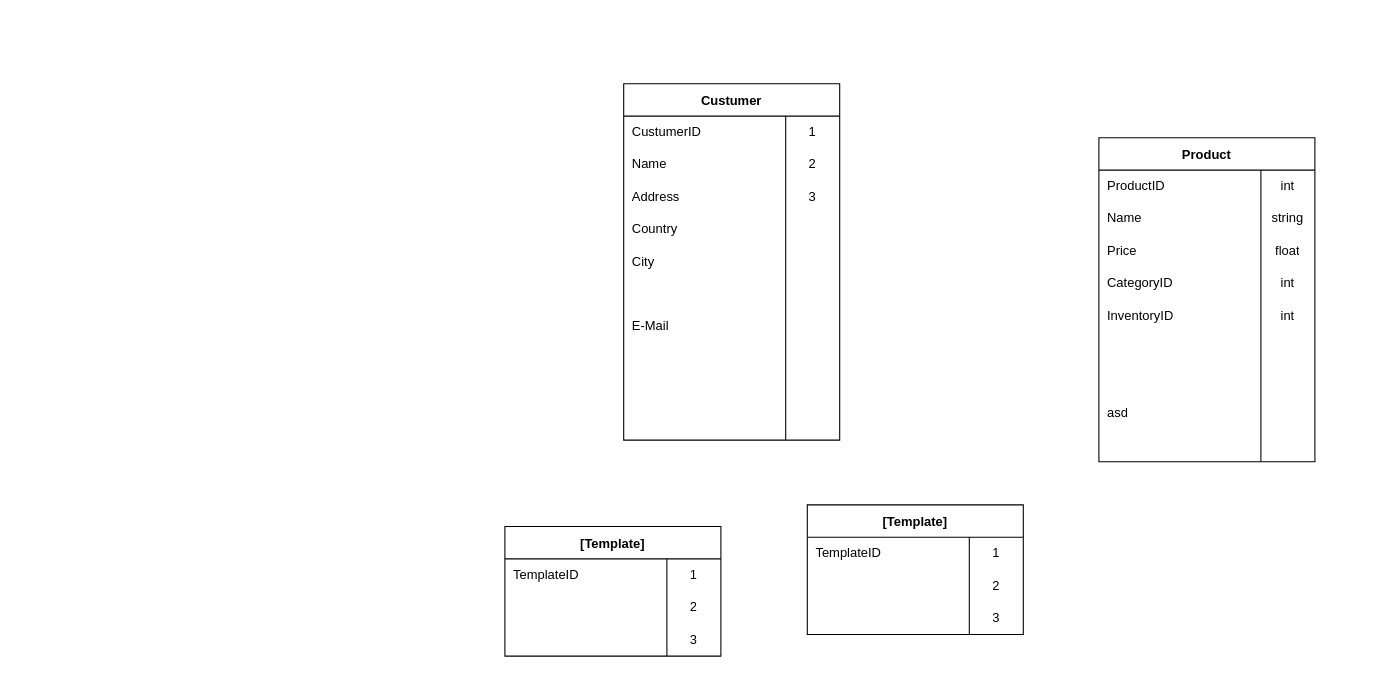
Before: Database-Flowchart/Untitled Diagram.drawio in IvanVelychko/Database-Coderclass-Webwinkel, a draw.io diagram. Source tidied: cells renumbered, new cells numbered last; positions are measured from the earlier drawing's top-left corner, leaving out a move shared by most shapes. Both pictures are drawn from the tidied source at 108%, with x=0, y=0 at pixel (504, 83).
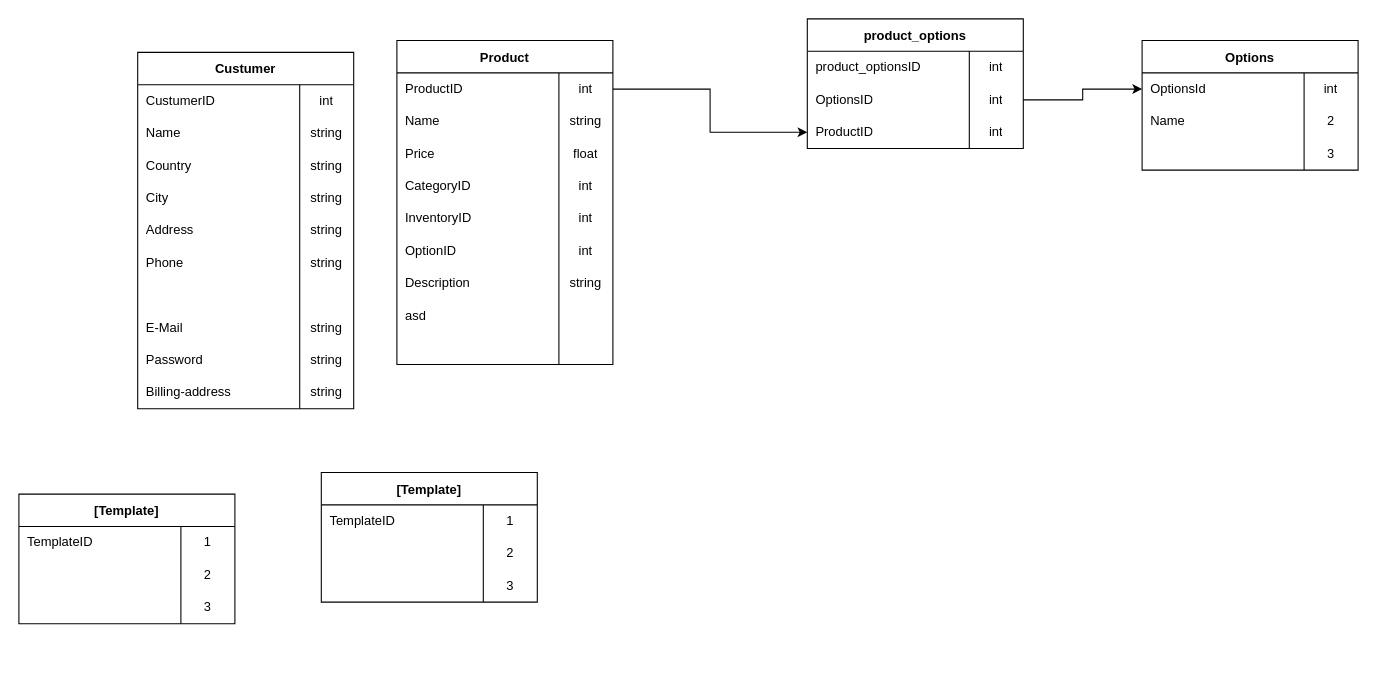
The same diagram, later.

Unchanged cells that the change refers to:
```xml
<mxCell id="3" style="shape=tableRow;horizontal=0;startSize=0;swimlaneHead=0;swimlaneBody=0;top=0;left=0;bottom=0;right=0;fillColor=none;points=[[0,0.5],[1,0.5]];portConstraint=eastwest;" parent="2" vertex="1">
  <mxGeometry y="30" width="200" height="30" as="geometry" />
</mxCell>
<mxCell id="18" style="shape=tableRow;horizontal=0;startSize=0;swimlaneHead=0;swimlaneBody=0;top=0;left=0;bottom=0;right=0;fillColor=none;" parent="2" vertex="1">
  <mxGeometry y="180" width="200" height="30" as="geometry" />
</mxCell>
<mxCell id="21" style="shape=tableRow;horizontal=0;startSize=0;swimlaneHead=0;swimlaneBody=0;top=0;left=0;bottom=0;right=0;fillColor=none;" parent="2" vertex="1">
  <mxGeometry y="210" width="200" height="30" as="geometry" />
</mxCell>
<mxCell id="41" style="shape=tableRow;horizontal=0;startSize=0;swimlaneHead=0;swimlaneBody=0;top=0;left=0;bottom=0;right=0;fillColor=none;" parent="40" vertex="1">
  <mxGeometry y="30" width="200" height="30" as="geometry" />
</mxCell>
<mxCell id="44" style="shape=tableRow;horizontal=0;startSize=0;swimlaneHead=0;swimlaneBody=0;top=0;left=0;bottom=0;right=0;fillColor=none;" parent="40" vertex="1">
  <mxGeometry y="60" width="200" height="30" as="geometry" />
</mxCell>
<mxCell id="56" style="shape=tableRow;horizontal=0;startSize=0;swimlaneHead=0;swimlaneBody=0;top=0;left=0;bottom=0;right=0;fillColor=none;" parent="40" vertex="1">
  <mxGeometry y="180" width="200" height="30" as="geometry" />
</mxCell>
```

Diff of the diagram source:
```diff
@@
     <mxCell id="2" value="Product" style="shape=table;startSize=30;childLayout=tableLayout;rowLines=0;fontStyle=1;swimlaneLine=1;columnLines=1;flipH=0;direction=east ;right=1;rounded=0;" parent="1" vertex="1">
-      <mxGeometry x="550" y="50" width="200" height="300" as="geometry" />
+      <mxGeometry x="-100" y="-40" width="200" height="300" as="geometry" />
     </mxCell>
@@
-    <mxCell id="19" style="shape=partialRectangle;html=1;whiteSpace=wrap;fillColor=none;top=0;left=0;bottom=0;right=0;overflow=hidden;align=left;spacingLeft=6;" parent="18" vertex="1">
+    <mxCell id="19" value="OptionID" style="shape=partialRectangle;html=1;whiteSpace=wrap;fillColor=none;top=0;left=0;bottom=0;right=0;overflow=hidden;align=left;spacingLeft=6;" parent="18" vertex="1">
       <mxGeometry width="150" height="30" as="geometry" />
     </mxCell>
-    <mxCell id="20" style="shape=partialRectangle;html=1;whiteSpace=wrap;fillColor=none;top=0;left=0;bottom=0;right=0;overflow=hidden;" parent="18" vertex="1">
+    <mxCell id="20" value="int" style="shape=partialRectangle;html=1;whiteSpace=wrap;fillColor=none;top=0;left=0;bottom=0;right=0;overflow=hidden;" parent="18" vertex="1">
       <mxGeometry x="150" width="50" height="30" as="geometry" />
     </mxCell>
@@
-    <mxCell id="22" style="shape=partialRectangle;html=1;whiteSpace=wrap;fillColor=none;top=0;left=0;bottom=0;right=0;overflow=hidden;align=left;spacingLeft=6;" parent="21" vertex="1">
+    <mxCell id="22" value="Description" style="shape=partialRectangle;html=1;whiteSpace=wrap;fillColor=none;top=0;left=0;bottom=0;right=0;overflow=hidden;align=left;spacingLeft=6;" parent="21" vertex="1">
       <mxGeometry width="150" height="30" as="geometry" />
     </mxCell>
-    <mxCell id="23" style="shape=partialRectangle;html=1;whiteSpace=wrap;fillColor=none;top=0;left=0;bottom=0;right=0;overflow=hidden;" parent="21" vertex="1">
+    <mxCell id="23" value="string" style="shape=partialRectangle;html=1;whiteSpace=wrap;fillColor=none;top=0;left=0;bottom=0;right=0;overflow=hidden;" parent="21" vertex="1">
       <mxGeometry x="150" width="50" height="30" as="geometry" />
     </mxCell>
@@
     <mxCell id="30" value="[Template]" style="shape=table;startSize=30;childLayout=tableLayout;rowLines=0;fontStyle=1;swimlaneLine=1;columnLines=1;flipH=0;direction=east ;right=1;rounded=0;" parent="1" vertex="1">
-      <mxGeometry y="410" width="200" height="120" as="geometry" />
+      <mxGeometry x="-450" y="380" width="200" height="120" as="geometry" />
     </mxCell>
@@
     <mxCell id="40" value="Custumer" style="shape=table;startSize=30;childLayout=tableLayout;rowLines=0;fontStyle=1;swimlaneLine=1;columnLines=1;flipH=0;direction=east ;right=1;rounded=0;" parent="1" vertex="1">
-      <mxGeometry x="110" width="200" height="330" as="geometry" />
+      <mxGeometry x="-340" y="-29" width="200" height="330" as="geometry" />
     </mxCell>
@@
-    <mxCell id="43" value="1" style="shape=partialRectangle;html=1;whiteSpace=wrap;fillColor=none;top=0;left=0;bottom=0;right=0;overflow=hidden;" parent="41" vertex="1">
+    <mxCell id="43" value="int" style="shape=partialRectangle;html=1;whiteSpace=wrap;fillColor=none;top=0;left=0;bottom=0;right=0;overflow=hidden;" parent="41" vertex="1">
       <mxGeometry x="150" width="50" height="30" as="geometry" />
     </mxCell>
@@
-    <mxCell id="46" value="2" style="shape=partialRectangle;html=1;whiteSpace=wrap;fillColor=none;top=0;left=0;bottom=0;right=0;overflow=hidden;" parent="44" vertex="1">
+    <mxCell id="46" value="string" style="shape=partialRectangle;html=1;whiteSpace=wrap;fillColor=none;top=0;left=0;bottom=0;right=0;overflow=hidden;" parent="44" vertex="1">
       <mxGeometry x="150" width="50" height="30" as="geometry" />
     </mxCell>
-    <mxCell id="47" style="shape=tableRow;horizontal=0;startSize=0;swimlaneHead=0;swimlaneBody=0;top=0;left=0;bottom=0;right=0;fillColor=none;" parent="40" vertex="1">
-      <mxGeometry y="90" width="200" height="30" as="geometry" />
-    </mxCell>
-    <mxCell id="48" value="Address" style="shape=partialRectangle;html=1;whiteSpace=wrap;fillColor=none;top=0;left=0;bottom=0;right=0;overflow=hidden;align=left;spacingLeft=6;" parent="47" vertex="1">
-      <mxGeometry width="150" height="30" as="geometry" />
-    </mxCell>
-    <mxCell id="49" value="3" style="shape=partialRectangle;html=1;whiteSpace=wrap;fillColor=none;top=0;left=0;bottom=0;right=0;overflow=hidden;" parent="47" vertex="1">
-      <mxGeometry x="150" width="50" height="30" as="geometry" />
-    </mxCell>
     <mxCell id="50" style="shape=tableRow;horizontal=0;startSize=0;swimlaneHead=0;swimlaneBody=0;top=0;left=0;bottom=0;right=0;fillColor=none;" parent="40" vertex="1">
-      <mxGeometry y="120" width="200" height="30" as="geometry" />
+      <mxGeometry y="90" width="200" height="30" as="geometry" />
     </mxCell>
@@
-    <mxCell id="52" style="shape=partialRectangle;html=1;whiteSpace=wrap;fillColor=none;top=0;left=0;bottom=0;right=0;overflow=hidden;" parent="50" vertex="1">
+    <mxCell id="52" value="string" style="shape=partialRectangle;html=1;whiteSpace=wrap;fillColor=none;top=0;left=0;bottom=0;right=0;overflow=hidden;" parent="50" vertex="1">
       <mxGeometry x="150" width="50" height="30" as="geometry" />
     </mxCell>
     <mxCell id="53" style="shape=tableRow;horizontal=0;startSize=0;swimlaneHead=0;swimlaneBody=0;top=0;left=0;bottom=0;right=0;fillColor=none;" parent="40" vertex="1">
-      <mxGeometry y="150" width="200" height="30" as="geometry" />
+      <mxGeometry y="120" width="200" height="30" as="geometry" />
     </mxCell>
@@
-    <mxCell id="55" style="shape=partialRectangle;html=1;whiteSpace=wrap;fillColor=none;top=0;left=0;bottom=0;right=0;overflow=hidden;" parent="53" vertex="1">
+    <mxCell id="55" value="string" style="shape=partialRectangle;html=1;whiteSpace=wrap;fillColor=none;top=0;left=0;bottom=0;right=0;overflow=hidden;" parent="53" vertex="1">
       <mxGeometry x="150" width="50" height="30" as="geometry" />
     </mxCell>
+    <mxCell id="47" style="shape=tableRow;horizontal=0;startSize=0;swimlaneHead=0;swimlaneBody=0;top=0;left=0;bottom=0;right=0;fillColor=none;" parent="40" vertex="1">
+      <mxGeometry y="150" width="200" height="30" as="geometry" />
+    </mxCell>
+    <mxCell id="48" value="Address" style="shape=partialRectangle;html=1;whiteSpace=wrap;fillColor=none;top=0;left=0;bottom=0;right=0;overflow=hidden;align=left;spacingLeft=6;" parent="47" vertex="1">
+      <mxGeometry width="150" height="30" as="geometry" />
+    </mxCell>
+    <mxCell id="49" value="string" style="shape=partialRectangle;html=1;whiteSpace=wrap;fillColor=none;top=0;left=0;bottom=0;right=0;overflow=hidden;" parent="47" vertex="1">
+      <mxGeometry x="150" width="50" height="30" as="geometry" />
+    </mxCell>
@@
-    <mxCell id="57" style="shape=partialRectangle;html=1;whiteSpace=wrap;fillColor=none;top=0;left=0;bottom=0;right=0;overflow=hidden;align=left;spacingLeft=6;" parent="56" vertex="1">
+    <mxCell id="57" value="Phone" style="shape=partialRectangle;html=1;whiteSpace=wrap;fillColor=none;top=0;left=0;bottom=0;right=0;overflow=hidden;align=left;spacingLeft=6;" parent="56" vertex="1">
       <mxGeometry width="150" height="30" as="geometry" />
     </mxCell>
-    <mxCell id="58" style="shape=partialRectangle;html=1;whiteSpace=wrap;fillColor=none;top=0;left=0;bottom=0;right=0;overflow=hidden;" parent="56" vertex="1">
+    <mxCell id="58" value="string" style="shape=partialRectangle;html=1;whiteSpace=wrap;fillColor=none;top=0;left=0;bottom=0;right=0;overflow=hidden;" parent="56" vertex="1">
       <mxGeometry x="150" width="50" height="30" as="geometry" />
     </mxCell>
+    <mxCell id="68" style="shape=tableRow;horizontal=0;startSize=0;swimlaneHead=0;swimlaneBody=0;top=0;left=0;bottom=0;right=0;fillColor=none;" parent="40" vertex="1">
+      <mxGeometry y="210" width="200" height="30" as="geometry" />
+    </mxCell>
+    <mxCell id="69" style="shape=partialRectangle;html=1;whiteSpace=wrap;fillColor=none;top=0;left=0;bottom=0;right=0;overflow=hidden;align=left;spacingLeft=6;" parent="68" vertex="1">
+      <mxGeometry width="150" height="30" as="geometry" />
+    </mxCell>
+    <mxCell id="70" style="shape=partialRectangle;html=1;whiteSpace=wrap;fillColor=none;top=0;left=0;bottom=0;right=0;overflow=hidden;" parent="68" vertex="1">
+      <mxGeometry x="150" width="50" height="30" as="geometry" />
+    </mxCell>
     <mxCell id="59" style="shape=tableRow;horizontal=0;startSize=0;swimlaneHead=0;swimlaneBody=0;top=0;left=0;bottom=0;right=0;fillColor=none;" parent="40" vertex="1">
-      <mxGeometry y="210" width="200" height="30" as="geometry" />
+      <mxGeometry y="240" width="200" height="30" as="geometry" />
     </mxCell>
@@
-    <mxCell id="61" style="shape=partialRectangle;html=1;whiteSpace=wrap;fillColor=none;top=0;left=0;bottom=0;right=0;overflow=hidden;" parent="59" vertex="1">
+    <mxCell id="61" value="string" style="shape=partialRectangle;html=1;whiteSpace=wrap;fillColor=none;top=0;left=0;bottom=0;right=0;overflow=hidden;" parent="59" vertex="1">
       <mxGeometry x="150" width="50" height="30" as="geometry" />
     </mxCell>
     <mxCell id="62" style="shape=tableRow;horizontal=0;startSize=0;swimlaneHead=0;swimlaneBody=0;top=0;left=0;bottom=0;right=0;fillColor=none;" parent="40" vertex="1">
-      <mxGeometry y="240" width="200" height="30" as="geometry" />
+      <mxGeometry y="270" width="200" height="30" as="geometry" />
     </mxCell>
-    <mxCell id="63" style="shape=partialRectangle;html=1;whiteSpace=wrap;fillColor=none;top=0;left=0;bottom=0;right=0;overflow=hidden;align=left;spacingLeft=6;" parent="62" vertex="1">
+    <mxCell id="63" value="Password" style="shape=partialRectangle;html=1;whiteSpace=wrap;fillColor=none;top=0;left=0;bottom=0;right=0;overflow=hidden;align=left;spacingLeft=6;" parent="62" vertex="1">
       <mxGeometry width="150" height="30" as="geometry" />
     </mxCell>
-    <mxCell id="64" style="shape=partialRectangle;html=1;whiteSpace=wrap;fillColor=none;top=0;left=0;bottom=0;right=0;overflow=hidden;" parent="62" vertex="1">
+    <mxCell id="64" value="string" style="shape=partialRectangle;html=1;whiteSpace=wrap;fillColor=none;top=0;left=0;bottom=0;right=0;overflow=hidden;" parent="62" vertex="1">
       <mxGeometry x="150" width="50" height="30" as="geometry" />
     </mxCell>
     <mxCell id="65" style="shape=tableRow;horizontal=0;startSize=0;swimlaneHead=0;swimlaneBody=0;top=0;left=0;bottom=0;right=0;fillColor=none;" parent="40" vertex="1">
-      <mxGeometry y="270" width="200" height="30" as="geometry" />
+      <mxGeometry y="300" width="200" height="30" as="geometry" />
     </mxCell>
-    <mxCell id="66" style="shape=partialRectangle;html=1;whiteSpace=wrap;fillColor=none;top=0;left=0;bottom=0;right=0;overflow=hidden;align=left;spacingLeft=6;" parent="65" vertex="1">
+    <mxCell id="66" value="Billing-address" style="shape=partialRectangle;html=1;whiteSpace=wrap;fillColor=none;top=0;left=0;bottom=0;right=0;overflow=hidden;align=left;spacingLeft=6;" parent="65" vertex="1">
       <mxGeometry width="150" height="30" as="geometry" />
     </mxCell>
-    <mxCell id="67" style="shape=partialRectangle;html=1;whiteSpace=wrap;fillColor=none;top=0;left=0;bottom=0;right=0;overflow=hidden;" parent="65" vertex="1">
+    <mxCell id="67" value="string" style="shape=partialRectangle;html=1;whiteSpace=wrap;fillColor=none;top=0;left=0;bottom=0;right=0;overflow=hidden;" parent="65" vertex="1">
       <mxGeometry x="150" width="50" height="30" as="geometry" />
     </mxCell>
-    <mxCell id="68" style="shape=tableRow;horizontal=0;startSize=0;swimlaneHead=0;swimlaneBody=0;top=0;left=0;bottom=0;right=0;fillColor=none;" parent="40" vertex="1">
-      <mxGeometry y="300" width="200" height="30" as="geometry" />
-    </mxCell>
-    <mxCell id="69" style="shape=partialRectangle;html=1;whiteSpace=wrap;fillColor=none;top=0;left=0;bottom=0;right=0;overflow=hidden;align=left;spacingLeft=6;" parent="68" vertex="1">
-      <mxGeometry width="150" height="30" as="geometry" />
-    </mxCell>
-    <mxCell id="70" style="shape=partialRectangle;html=1;whiteSpace=wrap;fillColor=none;top=0;left=0;bottom=0;right=0;overflow=hidden;" parent="68" vertex="1">
-      <mxGeometry x="150" width="50" height="30" as="geometry" />
-    </mxCell>
     <mxCell id="71" value="[Template]" style="shape=table;startSize=30;childLayout=tableLayout;rowLines=0;fontStyle=1;swimlaneLine=1;columnLines=1;flipH=0;direction=east ;right=1;rounded=0;" parent="1" vertex="1">
-      <mxGeometry x="280" y="390" width="200" height="120" as="geometry" />
+      <mxGeometry x="-170" y="360" width="200" height="120" as="geometry" />
     </mxCell>
@@
+    <mxCell id="81" value="product_options" style="shape=table;startSize=30;childLayout=tableLayout;rowLines=0;fontStyle=1;swimlaneLine=1;columnLines=1;flipH=0;direction=east ;right=1;rounded=0;" parent="1" vertex="1">
+      <mxGeometry x="280" y="-60" width="200" height="120" as="geometry" />
+    </mxCell>
+    <mxCell id="82" style="shape=tableRow;horizontal=0;startSize=0;swimlaneHead=0;swimlaneBody=0;top=0;left=0;bottom=0;right=0;fillColor=none;" parent="81" vertex="1">
+      <mxGeometry y="30" width="200" height="30" as="geometry" />
+    </mxCell>
+    <mxCell id="83" value="product_optionsID" style="shape=partialRectangle;html=1;whiteSpace=wrap;fillColor=none;top=0;left=0;bottom=0;right=0;overflow=hidden;align=left;spacingLeft=6;" parent="82" vertex="1">
+      <mxGeometry width="150" height="30" as="geometry" />
+    </mxCell>
+    <mxCell id="84" value="int" style="shape=partialRectangle;html=1;whiteSpace=wrap;fillColor=none;top=0;left=0;bottom=0;right=0;overflow=hidden;" parent="82" vertex="1">
+      <mxGeometry x="150" width="50" height="30" as="geometry" />
+    </mxCell>
+    <mxCell id="85" style="shape=tableRow;horizontal=0;startSize=0;swimlaneHead=0;swimlaneBody=0;top=0;left=0;bottom=0;right=0;fillColor=none;points=[[0,0.5],[1,0.5]];portConstraint=eastwest;" parent="81" vertex="1">
+      <mxGeometry y="60" width="200" height="30" as="geometry" />
+    </mxCell>
+    <mxCell id="86" value="OptionsID" style="shape=partialRectangle;html=1;whiteSpace=wrap;fillColor=none;top=0;left=0;bottom=0;right=0;overflow=hidden;align=left;spacingLeft=6;" parent="85" vertex="1">
+      <mxGeometry width="150" height="30" as="geometry" />
+    </mxCell>
+    <mxCell id="87" value="int" style="shape=partialRectangle;html=1;whiteSpace=wrap;fillColor=none;top=0;left=0;bottom=0;right=0;overflow=hidden;" parent="85" vertex="1">
+      <mxGeometry x="150" width="50" height="30" as="geometry" />
+    </mxCell>
+    <mxCell id="88" style="shape=tableRow;horizontal=0;startSize=0;swimlaneHead=0;swimlaneBody=0;top=0;left=0;bottom=0;right=0;fillColor=none;points=[[0,0.5],[1,0.5]];portConstraint=eastwest;" parent="81" vertex="1">
+      <mxGeometry y="90" width="200" height="30" as="geometry" />
+    </mxCell>
+    <mxCell id="89" value="ProductID" style="shape=partialRectangle;html=1;whiteSpace=wrap;fillColor=none;top=0;left=0;bottom=0;right=0;overflow=hidden;align=left;spacingLeft=6;" parent="88" vertex="1">
+      <mxGeometry width="150" height="30" as="geometry" />
+    </mxCell>
+    <mxCell id="90" value="int" style="shape=partialRectangle;html=1;whiteSpace=wrap;fillColor=none;top=0;left=0;bottom=0;right=0;overflow=hidden;" parent="88" vertex="1">
+      <mxGeometry x="150" width="50" height="30" as="geometry" />
+    </mxCell>
+    <mxCell id="91" value="Options" style="shape=table;startSize=30;childLayout=tableLayout;rowLines=0;fontStyle=1;swimlaneLine=1;columnLines=1;flipH=0;direction=east ;right=1;rounded=0;" parent="1" vertex="1">
+      <mxGeometry x="590" y="-40" width="200" height="120" as="geometry" />
+    </mxCell>
+    <mxCell id="92" style="shape=tableRow;horizontal=0;startSize=0;swimlaneHead=0;swimlaneBody=0;top=0;left=0;bottom=0;right=0;fillColor=none;points=[[0,0.5],[1,0.5]];portConstraint=eastwest;" parent="91" vertex="1">
+      <mxGeometry y="30" width="200" height="30" as="geometry" />
+    </mxCell>
+    <mxCell id="93" value="OptionsId" style="shape=partialRectangle;html=1;whiteSpace=wrap;fillColor=none;top=0;left=0;bottom=0;right=0;overflow=hidden;align=left;spacingLeft=6;" parent="92" vertex="1">
+      <mxGeometry width="150" height="30" as="geometry" />
+    </mxCell>
+    <mxCell id="94" value="int" style="shape=partialRectangle;html=1;whiteSpace=wrap;fillColor=none;top=0;left=0;bottom=0;right=0;overflow=hidden;" parent="92" vertex="1">
+      <mxGeometry x="150" width="50" height="30" as="geometry" />
+    </mxCell>
+    <mxCell id="95" style="shape=tableRow;horizontal=0;startSize=0;swimlaneHead=0;swimlaneBody=0;top=0;left=0;bottom=0;right=0;fillColor=none;" parent="91" vertex="1">
+      <mxGeometry y="60" width="200" height="30" as="geometry" />
+    </mxCell>
+    <mxCell id="96" value="Name" style="shape=partialRectangle;html=1;whiteSpace=wrap;fillColor=none;top=0;left=0;bottom=0;right=0;overflow=hidden;align=left;spacingLeft=6;" parent="95" vertex="1">
+      <mxGeometry width="150" height="30" as="geometry" />
+    </mxCell>
+    <mxCell id="97" value="2" style="shape=partialRectangle;html=1;whiteSpace=wrap;fillColor=none;top=0;left=0;bottom=0;right=0;overflow=hidden;" parent="95" vertex="1">
+      <mxGeometry x="150" width="50" height="30" as="geometry" />
+    </mxCell>
+    <mxCell id="98" style="shape=tableRow;horizontal=0;startSize=0;swimlaneHead=0;swimlaneBody=0;top=0;left=0;bottom=0;right=0;fillColor=none;" parent="91" vertex="1">
+      <mxGeometry y="90" width="200" height="30" as="geometry" />
+    </mxCell>
+    <mxCell id="99" style="shape=partialRectangle;html=1;whiteSpace=wrap;fillColor=none;top=0;left=0;bottom=0;right=0;overflow=hidden;align=left;spacingLeft=6;" parent="98" vertex="1">
+      <mxGeometry width="150" height="30" as="geometry" />
+    </mxCell>
+    <mxCell id="100" value="3" style="shape=partialRectangle;html=1;whiteSpace=wrap;fillColor=none;top=0;left=0;bottom=0;right=0;overflow=hidden;" parent="98" vertex="1">
+      <mxGeometry x="150" width="50" height="30" as="geometry" />
+    </mxCell>
+    <mxCell id="101" style="edgeStyle=orthogonalEdgeStyle;rounded=0;jettySize=auto;html=1;exitX=1;exitY=0.5;exitDx=0;exitDy=0;" parent="1" edge="1" source="3" target="88">
+      <mxGeometry relative="1" as="geometry" />
+    </mxCell>
+    <mxCell id="102" style="edgeStyle=orthogonalEdgeStyle;rounded=0;jettySize=auto;html=1;entryX=0;entryY=0.5;entryDx=0;entryDy=0;" parent="1" edge="1" source="85" target="92">
+      <mxGeometry relative="1" as="geometry" />
+    </mxCell>
```
